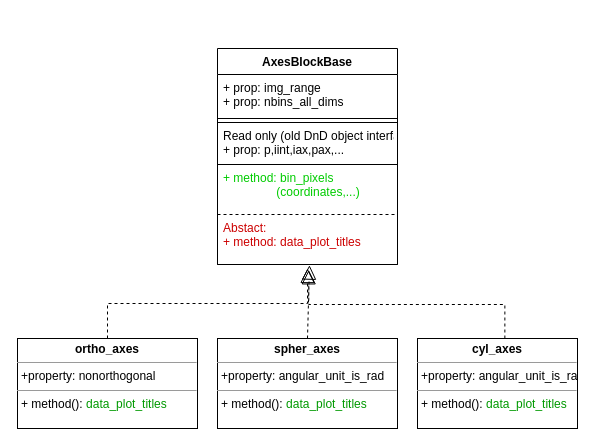
Earlier version of the draw.io diagram page "axes_block" (9 of 9) of documentation/diagrams/sqw-dnd_new.drawio (pace-neutrons/Horace). Source tidied: cells renumbered, new cells numbered last; positions are measured from the earlier drawing's top-left corner, leaving out a move shared by most shapes. Both pictures are drawn from the tidied source at 100%, with x=0, y=0 at pixel (17, 48).
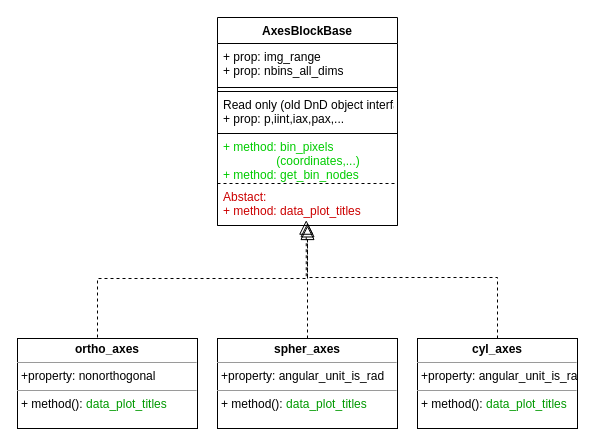
The same diagram, later.

Commit message (it also covers changes not shown here):
Re #0184 minor modifications to the class diagrams and presentation on alignment

The edit, as a diff of the source:
```diff
@@
 <mxGraphModel>
   <root>
     <mxCell id="0" />
     <mxCell id="1" parent="0" />
     <mxCell id="2" value="AxesBlockBase" style="swimlane;fontStyle=1;align=center;verticalAlign=top;horizontal=1;startSize=26;" parent="1" vertex="1">
-      <mxGeometry x="200" width="180" height="216" as="geometry" />
+      <mxGeometry x="200" y="-31" width="180" height="208" as="geometry" />
     </mxCell>
     <mxCell id="3" value="+ prop: img_range&#10;+ prop: nbins_all_dims" style="text;strokeColor=none;fillColor=none;align=left;verticalAlign=top;spacingLeft=4;spacingRight=4;overflow=hidden;" parent="2" vertex="1">
       <mxGeometry y="26" width="180" height="40" as="geometry" />
     </mxCell>
     <mxCell id="4" style="line;strokeWidth=1;fillColor=none;align=left;verticalAlign=middle;spacingTop=-1;spacingLeft=3;spacingRight=3;labelPosition=right;" parent="2" vertex="1">
       <mxGeometry y="66" width="180" height="8" as="geometry" />
     </mxCell>
     <mxCell id="5" value="Read only (old DnD object interface)&#10;+ prop: p,iint,iax,pax,...&#10;" style="text;fillColor=none;align=left;verticalAlign=top;spacingLeft=4;spacingRight=4;overflow=hidden;perimeterSpacing=1;strokeColor=#000000;" parent="2" vertex="1">
       <mxGeometry y="74" width="180" height="42" as="geometry" />
     </mxCell>
-    <mxCell id="6" value="+ method: bin_pixels&#10;                (coordinates,...)" style="text;strokeColor=none;fillColor=none;align=left;verticalAlign=top;spacingLeft=4;spacingRight=4;overflow=hidden;fontColor=#00CC00;" parent="2" vertex="1">
+    <mxCell id="6" value="+ method: bin_pixels&#10;                (coordinates,...)&#10;+ method: get_bin_nodes&#10;" style="text;strokeColor=none;fillColor=none;align=left;verticalAlign=top;spacingLeft=4;spacingRight=4;overflow=hidden;fontColor=#00CC00;" parent="2" vertex="1">
       <mxGeometry y="116" width="180" height="50" as="geometry" />
     </mxCell>
     <mxCell id="7" value="Abstact:&#10;+ method: data_plot_titles" style="text;strokeColor=default;fillColor=none;align=left;verticalAlign=top;spacingLeft=4;spacingRight=4;overflow=hidden;points=[[0,0.5],[1,0.5]];portConstraint=eastwest;dashed=1;fontColor=#CC0000;" parent="2" vertex="1">
-      <mxGeometry y="166" width="180" height="50" as="geometry" />
+      <mxGeometry y="166" width="180" height="42" as="geometry" />
     </mxCell>
     <mxCell id="8" value="&lt;p style=&quot;margin:0px;margin-top:4px;text-align:center;&quot;&gt;&lt;b&gt;ortho_axes&lt;/b&gt;&lt;/p&gt;&lt;hr size=&quot;1&quot;&gt;&lt;p style=&quot;margin:0px;margin-left:4px;&quot;&gt;+property: nonorthogonal&lt;/p&gt;&lt;hr size=&quot;1&quot;&gt;&lt;p style=&quot;margin:0px;margin-left:4px;&quot;&gt;+ method(): &lt;font color=&quot;#009900&quot;&gt;data_plot_titles&lt;/font&gt;&lt;/p&gt;" style="verticalAlign=top;align=left;overflow=fill;fontSize=12;fontFamily=Helvetica;html=1;whiteSpace=wrap;" parent="1" vertex="1">
       <mxGeometry y="290" width="180" height="90" as="geometry" />
     </mxCell>
     <mxCell id="9" value="&lt;p style=&quot;margin:0px;margin-top:4px;text-align:center;&quot;&gt;&lt;b&gt;spher_axes&lt;/b&gt;&lt;/p&gt;&lt;hr size=&quot;1&quot;&gt;&lt;p style=&quot;margin:0px;margin-left:4px;&quot;&gt;+property:&amp;nbsp;angular_unit_is_rad&lt;/p&gt;&lt;hr size=&quot;1&quot;&gt;&lt;p style=&quot;margin:0px;margin-left:4px;&quot;&gt;+ method(): &lt;font color=&quot;#009900&quot;&gt;data_plot_titles&lt;/font&gt;&lt;/p&gt;" style="verticalAlign=top;align=left;overflow=fill;fontSize=12;fontFamily=Helvetica;html=1;whiteSpace=wrap;" parent="1" vertex="1">
       <mxGeometry x="200" y="290" width="180" height="90" as="geometry" />
     </mxCell>
     <mxCell id="10" value="&lt;p style=&quot;margin:0px;margin-top:4px;text-align:center;&quot;&gt;&lt;b&gt;cyl_axes&lt;/b&gt;&lt;/p&gt;&lt;hr size=&quot;1&quot;&gt;&lt;p style=&quot;margin:0px;margin-left:4px;&quot;&gt;+property:&amp;nbsp;angular_unit_is_rad&lt;/p&gt;&lt;hr size=&quot;1&quot;&gt;&lt;p style=&quot;margin:0px;margin-left:4px;&quot;&gt;+ method(): &lt;font color=&quot;#009900&quot;&gt;data_plot_titles&lt;/font&gt;&lt;/p&gt;" style="verticalAlign=top;align=left;overflow=fill;fontSize=12;fontFamily=Helvetica;html=1;whiteSpace=wrap;" parent="1" vertex="1">
       <mxGeometry x="400" y="290" width="160" height="90" as="geometry" />
     </mxCell>
-    <mxCell id="11" style="endArrow=block;dashed=1;endFill=0;endSize=12;html=1;rounded=0;edgeStyle=elbowEdgeStyle;elbow=vertical;" parent="1" edge="1">
+    <mxCell id="11" style="endArrow=block;dashed=1;endFill=0;endSize=12;html=1;rounded=0;edgeStyle=elbowEdgeStyle;elbow=vertical;entryX=0.493;entryY=0.873;entryDx=0;entryDy=0;entryPerimeter=0;" parent="1" edge="1" target="7">
       <mxGeometry relative="1" as="geometry">
-        <mxPoint x="90" y="290" as="sourcePoint" />
-        <mxPoint x="290" y="220" as="targetPoint" />
+        <mxPoint x="80" y="289" as="sourcePoint" />
       </mxGeometry>
     </mxCell>
-    <mxCell id="12" style="endArrow=block;dashed=1;endFill=0;endSize=12;html=1;rounded=0;entryX=0.511;entryY=1.013;entryDx=0;entryDy=0;entryPerimeter=0;" parent="1" edge="1" target="7">
-      <mxGeometry relative="1" as="geometry">
-        <mxPoint x="290" y="290" as="sourcePoint" />
-      </mxGeometry>
+    <mxCell id="12" style="endArrow=block;dashed=1;endFill=0;endSize=12;html=1;rounded=0;entryX=0.5;entryY=0.937;entryDx=0;entryDy=0;entryPerimeter=0;" parent="1" edge="1" source="9" target="7">
+      <mxGeometry relative="1" as="geometry" />
     </mxCell>
-    <mxCell id="13" style="endArrow=block;dashed=1;endFill=0;endSize=12;html=1;rounded=0;entryX=0.507;entryY=1.107;entryDx=0;entryDy=0;entryPerimeter=0;exitX=0.546;exitY=0;exitDx=0;exitDy=0;exitPerimeter=0;edgeStyle=elbowEdgeStyle;elbow=vertical;" parent="1" edge="1" source="10" target="7">
-      <mxGeometry relative="1" as="geometry" />
+    <mxCell id="13" style="endArrow=block;dashed=1;endFill=0;endSize=12;html=1;rounded=0;edgeStyle=elbowEdgeStyle;elbow=vertical;entryX=0.5;entryY=1;entryDx=0;entryDy=0;" parent="1" edge="1" source="10" target="2">
+      <mxGeometry relative="1" as="geometry">
+        <Array as="points">
+          <mxPoint x="480" y="229" />
+        </Array>
+      </mxGeometry>
     </mxCell>
   </root>
 </mxGraphModel>
```
